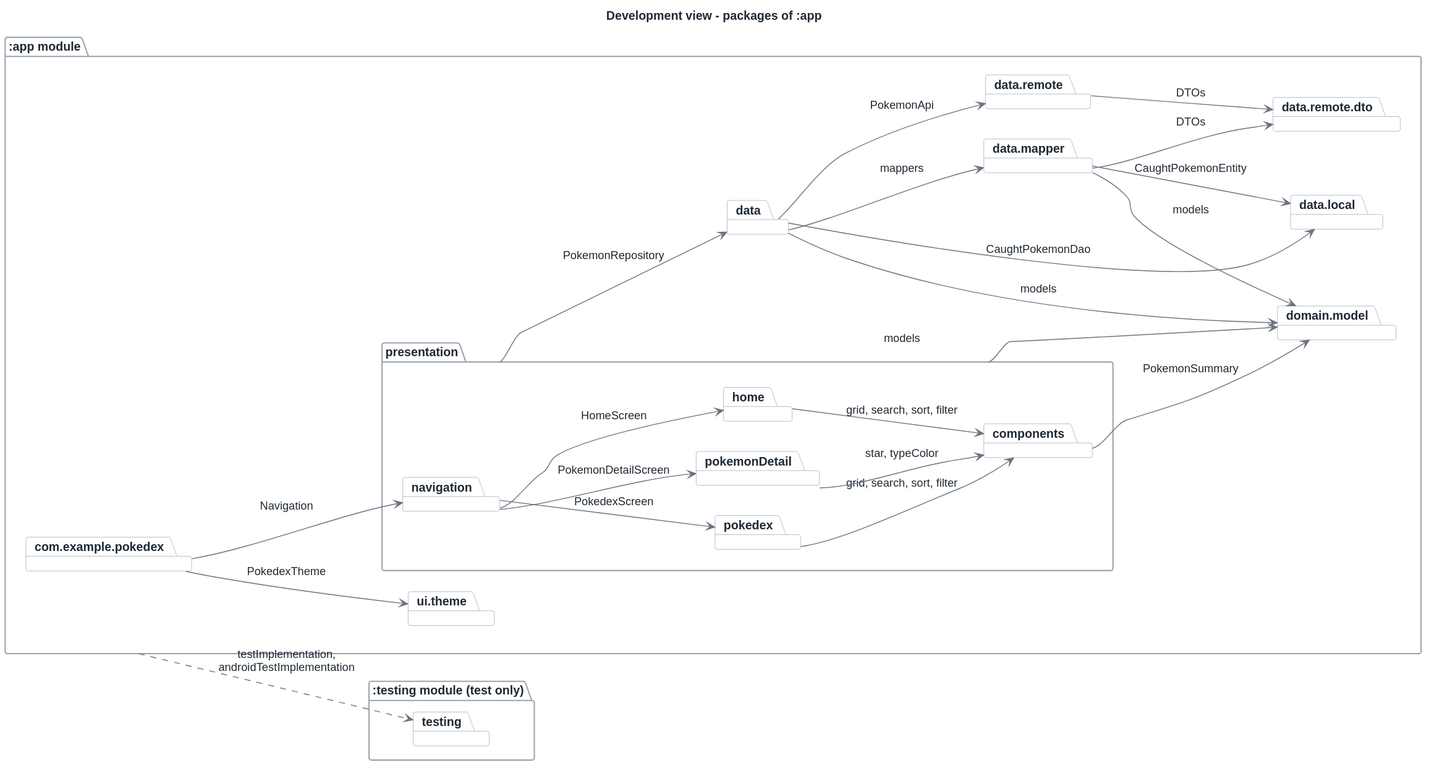
The PlantUML diagram docs/architecture/out/development.svg in rodrigo4sousa/Pokedex, before a commit.
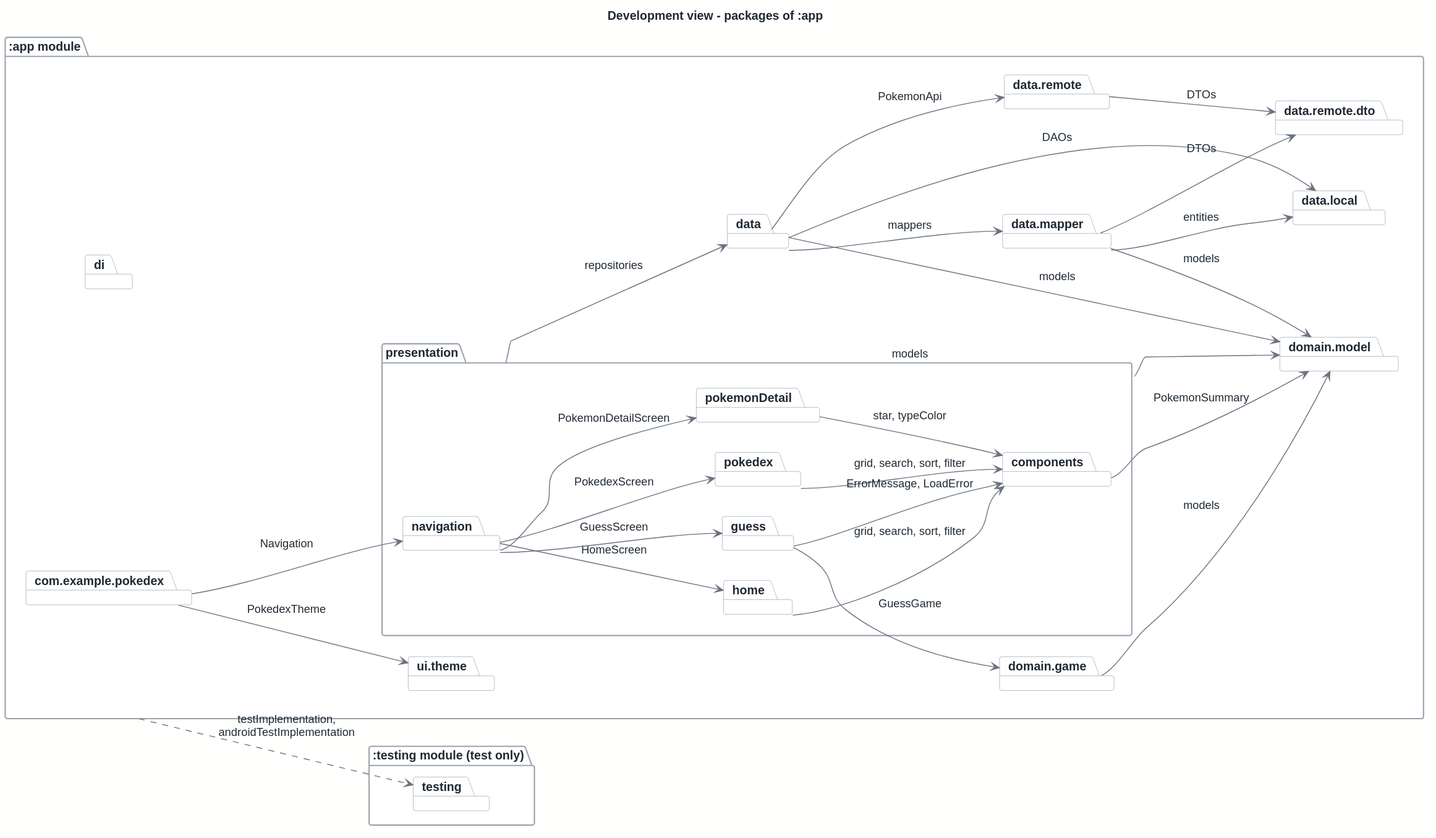
After the change.

What changed in the source:
```diff
@@ -14,9 +14,12 @@
         package "home"
         package "pokedex"
         package "pokemonDetail"
+        package "guess"
         package "components"
     }
     package "domain.model"
+    package "domain.game"
+    package "di"
     package "data"
     package "data.mapper"
     package "data.remote"
@@ -34,22 +37,26 @@
 "navigation" --> "home" : HomeScreen
 "navigation" --> "pokedex" : PokedexScreen
 "navigation" --> "pokemonDetail" : PokemonDetailScreen
+"navigation" --> "guess" : GuessScreen
 
 "home" --> "components" : grid, search, sort, filter
 "pokedex" --> "components" : grid, search, sort, filter
 "pokemonDetail" --> "components" : star, typeColor
+"guess" --> "components" : ErrorMessage, LoadError
+"guess" --> "domain.game" : GuessGame
+"domain.game" --> "domain.model" : models
 "components" --> "domain.model" : PokemonSummary
 
-"presentation" --> "data" : PokemonRepository
+"presentation" --> "data" : repositories
 "presentation" --> "domain.model" : models
 
 "data" --> "data.remote" : PokemonApi
-"data" --> "data.local" : CaughtPokemonDao
+"data" --> "data.local" : DAOs
 "data" --> "data.mapper" : mappers
 "data" --> "domain.model" : models
 "data.remote" --> "data.remote.dto" : DTOs
 "data.mapper" --> "data.remote.dto" : DTOs
-"data.mapper" --> "data.local" : CaughtPokemonEntity
+"data.mapper" --> "data.local" : entities
 "data.mapper" --> "domain.model" : models
 
 ":app module" ..> "testing" : testImplementation,\nandroidTestImplementation
```
